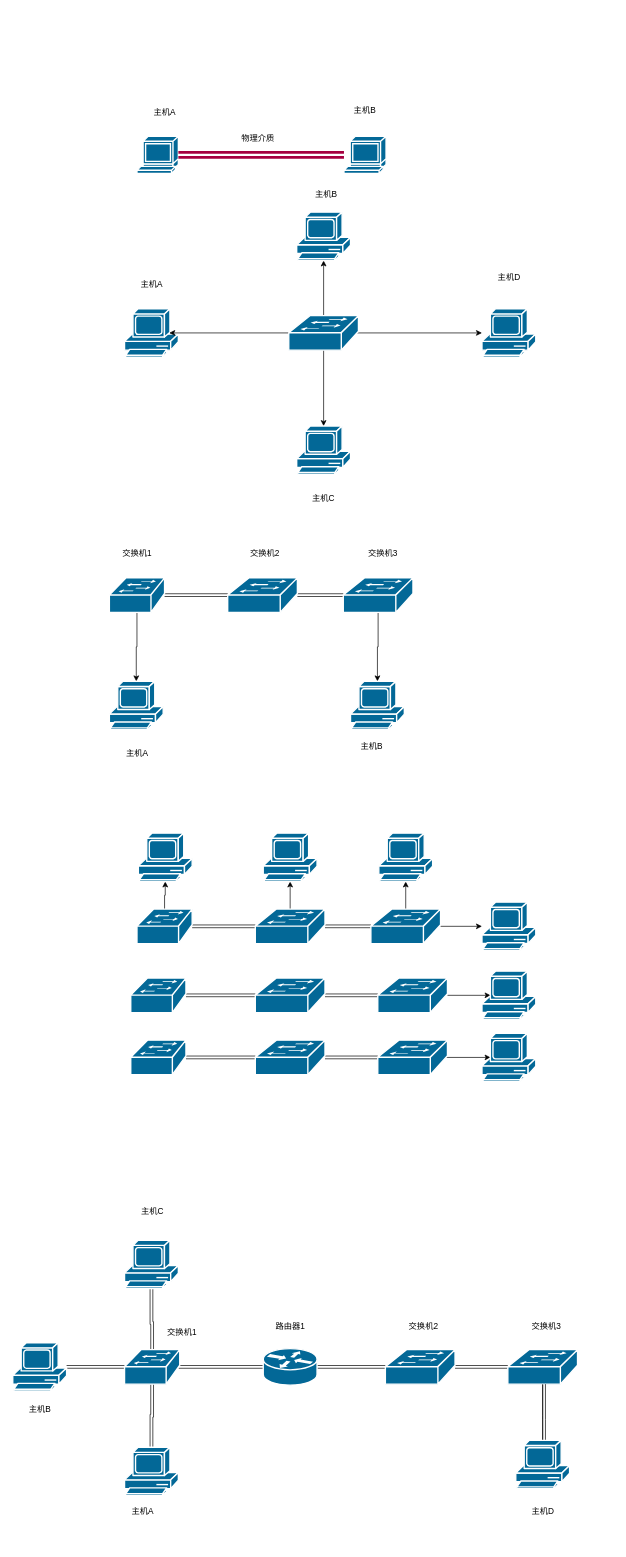
Or-Dai/images keeps this draw.io diagram as 网络基础.drawio. Above is the earlier version. Source tidied: cells renumbered, new cells numbered last; positions are measured from the earlier drawing's top-left corner, leaving out a move shared by most shapes. Both pictures are drawn from the tidied source at 69%, with x=0, y=0 at pixel (12, 100).
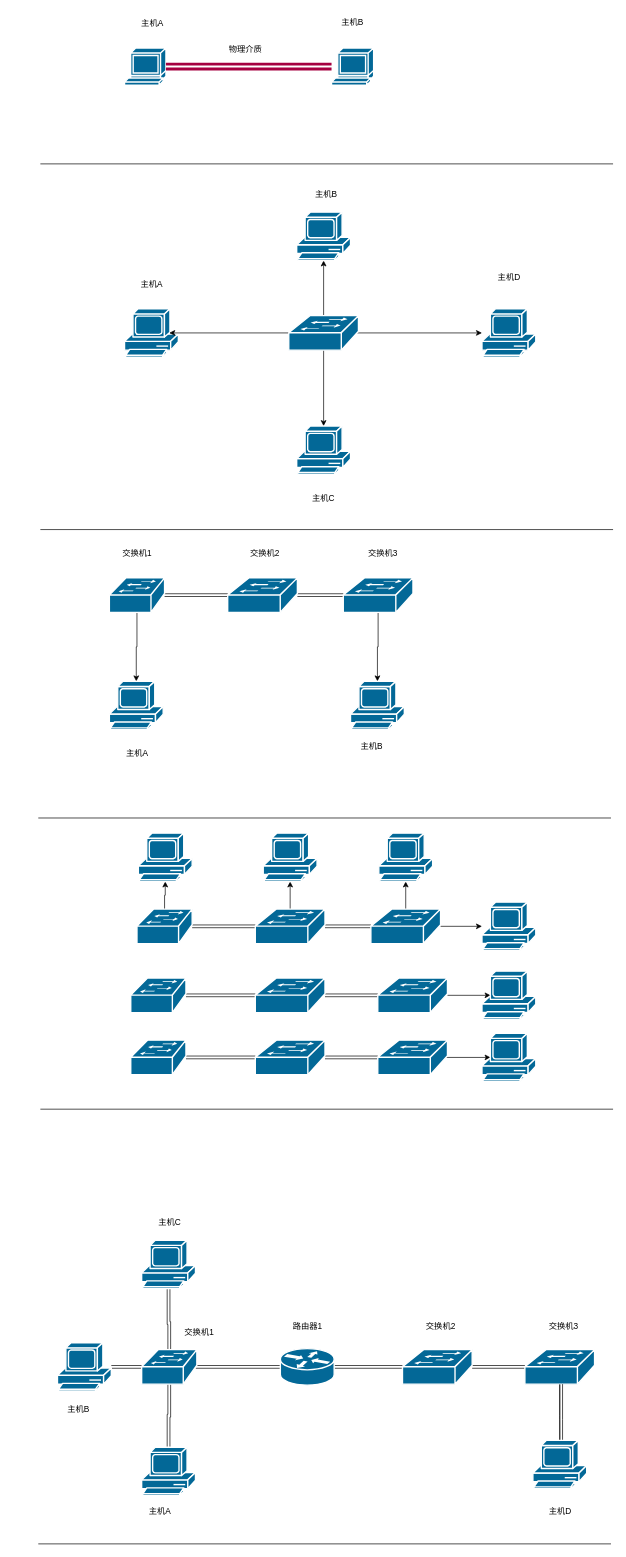
After the change.

Commit message:
更新网络基础.drawio

Diff of the diagram source:
```diff
@@
     <mxCell id="2" style="shape=mxgraph.cisco.computers_and_peripherals.terminal;sketch=0;html=1;dashed=0;fillColor=#036897;strokeColor=#ffffff;strokeWidth=2;verticalLabelPosition=bottom;verticalAlign=top;align=center;outlineConnect=0;" parent="1" vertex="1">
-      <mxGeometry x="180" y="52" width="60" height="54" as="geometry" />
+      <mxGeometry x="162" y="-76" width="60" height="54" as="geometry" />
     </mxCell>
@@
     <mxCell id="4" style="shape=mxgraph.cisco.computers_and_peripherals.terminal;sketch=0;html=1;dashed=0;fillColor=#036897;strokeColor=#ffffff;strokeWidth=2;verticalLabelPosition=bottom;verticalAlign=top;align=center;outlineConnect=0;" parent="1" vertex="1">
-      <mxGeometry x="480" y="52" width="61" height="54" as="geometry" />
+      <mxGeometry x="462" y="-76" width="61" height="54" as="geometry" />
     </mxCell>
     <mxCell id="5" value="主机A" style="text;html=1;align=center;verticalAlign=middle;strokeColor=none;fillColor=none;" parent="1" vertex="1">
-      <mxGeometry x="190" y="2" width="60" height="30" as="geometry" />
+      <mxGeometry x="172" y="-126" width="60" height="30" as="geometry" />
     </mxCell>
     <mxCell id="6" value="主机B" style="text;html=1;align=center;verticalAlign=middle;strokeColor=none;fillColor=none;" parent="1" vertex="1">
-      <mxGeometry x="480" width="60" height="30" as="geometry" />
+      <mxGeometry x="462" y="-128" width="60" height="30" as="geometry" />
     </mxCell>
     <mxCell id="7" value="物理介质" style="text;html=1;align=center;verticalAlign=middle;strokeColor=none;fillColor=none;" parent="1" vertex="1">
-      <mxGeometry x="320" y="40" width="70" height="30" as="geometry" />
+      <mxGeometry x="302" y="-88" width="70" height="30" as="geometry" />
     </mxCell>
@@
     <mxCell id="64" style="shape=mxgraph.cisco.routers.router;sketch=0;html=1;dashed=0;fillColor=#036897;strokeColor=#ffffff;strokeWidth=2;verticalLabelPosition=bottom;verticalAlign=top;align=center;outlineConnect=0;" parent="1" vertex="1">
-      <mxGeometry x="363" y="1809" width="78" height="53" as="geometry" />
+      <mxGeometry x="387.8" y="1809" width="78" height="53" as="geometry" />
     </mxCell>
     <mxCell id="65" style="edgeStyle=orthogonalEdgeStyle;rounded=0;jettySize=auto;html=1;entryX=0.5;entryY=1;entryDx=0;entryDy=0;entryPerimeter=0;shape=link;" parent="1" edge="1" source="68" target="73">
       <mxGeometry relative="1" as="geometry">
         <Array as="points">
-          <mxPoint x="202" y="1772" />
+          <mxPoint x="226.8" y="1772" />
         </Array>
       </mxGeometry>
     </mxCell>
@@
     <mxCell id="68" style="shape=mxgraph.cisco.switches.workgroup_switch;sketch=0;html=1;dashed=0;fillColor=#036897;strokeColor=#ffffff;strokeWidth=2;verticalLabelPosition=bottom;verticalAlign=top;align=center;outlineConnect=0;" parent="1" vertex="1">
-      <mxGeometry x="162" y="1810.5" width="80" height="50" as="geometry" />
+      <mxGeometry x="186.8" y="1810.5" width="80" height="50" as="geometry" />
     </mxCell>
@@
     <mxCell id="70" style="shape=mxgraph.cisco.switches.workgroup_switch;sketch=0;html=1;dashed=0;fillColor=#036897;strokeColor=#ffffff;strokeWidth=2;verticalLabelPosition=bottom;verticalAlign=top;align=center;outlineConnect=0;" parent="1" vertex="1">
-      <mxGeometry x="540" y="1810.5" width="101" height="50" as="geometry" />
+      <mxGeometry x="564.8" y="1810.5" width="101" height="50" as="geometry" />
     </mxCell>
     <mxCell id="71" style="edgeStyle=orthogonalEdgeStyle;rounded=0;jettySize=auto;html=1;" parent="1" edge="1" source="72">
       <mxGeometry relative="1" as="geometry">
-        <mxPoint x="768" y="1952" as="targetPoint" />
+        <mxPoint x="792.8" y="1952" as="targetPoint" />
       </mxGeometry>
     </mxCell>
     <mxCell id="72" style="shape=mxgraph.cisco.switches.workgroup_switch;sketch=0;html=1;dashed=0;fillColor=#036897;strokeColor=#ffffff;strokeWidth=2;verticalLabelPosition=bottom;verticalAlign=top;align=center;outlineConnect=0;" parent="1" vertex="1">
-      <mxGeometry x="717.5" y="1810.5" width="101" height="50" as="geometry" />
+      <mxGeometry x="742.2" y="1810.5" width="101" height="50" as="geometry" />
     </mxCell>
     <mxCell id="73" style="shape=mxgraph.cisco.computers_and_peripherals.pc;sketch=0;html=1;dashed=0;fillColor=#036897;strokeColor=#ffffff;strokeWidth=2;verticalLabelPosition=bottom;verticalAlign=top;align=center;outlineConnect=0;" parent="1" vertex="1">
-      <mxGeometry x="162" y="1652" width="78" height="70" as="geometry" />
+      <mxGeometry x="186.8" y="1652" width="78" height="70" as="geometry" />
     </mxCell>
     <mxCell id="74" style="shape=mxgraph.cisco.computers_and_peripherals.pc;sketch=0;html=1;dashed=0;fillColor=#036897;strokeColor=#ffffff;strokeWidth=2;verticalLabelPosition=bottom;verticalAlign=top;align=center;outlineConnect=0;" parent="1" vertex="1">
-      <mxGeometry x="162" y="1952" width="78" height="70" as="geometry" />
+      <mxGeometry x="186.8" y="1952" width="78" height="70" as="geometry" />
     </mxCell>
     <mxCell id="75" style="shape=mxgraph.cisco.computers_and_peripherals.pc;sketch=0;html=1;dashed=0;fillColor=#036897;strokeColor=#ffffff;strokeWidth=2;verticalLabelPosition=bottom;verticalAlign=top;align=center;outlineConnect=0;" parent="1" vertex="1">
-      <mxGeometry y="1800.5" width="78" height="70" as="geometry" />
+      <mxGeometry x="64.8" y="1800.5" width="78" height="70" as="geometry" />
     </mxCell>
     <mxCell id="76" style="edgeStyle=orthogonalEdgeStyle;rounded=0;jettySize=auto;html=1;shape=link;" parent="1" edge="1" source="77" target="72">
       <mxGeometry relative="1" as="geometry">
         <Array as="points">
-          <mxPoint x="770" y="1912" />
-          <mxPoint x="770" y="1912" />
+          <mxPoint x="794.8" y="1912" />
+          <mxPoint x="794.8" y="1912" />
         </Array>
       </mxGeometry>
     </mxCell>
     <mxCell id="77" style="shape=mxgraph.cisco.computers_and_peripherals.pc;sketch=0;html=1;dashed=0;fillColor=#036897;strokeColor=#ffffff;strokeWidth=2;verticalLabelPosition=bottom;verticalAlign=top;align=center;outlineConnect=0;" parent="1" vertex="1">
-      <mxGeometry x="729" y="1942" width="78" height="70" as="geometry" />
+      <mxGeometry x="753.8" y="1942" width="78" height="70" as="geometry" />
     </mxCell>
     <mxCell id="78" value="主机A" style="text;html=1;align=center;verticalAlign=middle;strokeColor=none;fillColor=none;" parent="1" vertex="1">
-      <mxGeometry x="158" y="2030" width="60" height="30" as="geometry" />
+      <mxGeometry x="182.8" y="2030" width="60" height="30" as="geometry" />
     </mxCell>
     <mxCell id="79" value="主机B" style="text;html=1;align=center;verticalAlign=middle;strokeColor=none;fillColor=none;" parent="1" vertex="1">
-      <mxGeometry x="9" y="1882" width="60" height="30" as="geometry" />
+      <mxGeometry x="64.8" y="1882" width="60" height="30" as="geometry" />
     </mxCell>
     <mxCell id="80" value="主机C" style="text;html=1;align=center;verticalAlign=middle;strokeColor=none;fillColor=none;" parent="1" vertex="1">
-      <mxGeometry x="172" y="1596" width="60" height="30" as="geometry" />
+      <mxGeometry x="196.8" y="1611" width="60" height="30" as="geometry" />
     </mxCell>
     <mxCell id="81" value="主机D" style="text;html=1;align=center;verticalAlign=middle;strokeColor=none;fillColor=none;" parent="1" vertex="1">
-      <mxGeometry x="738" y="2030" width="60" height="30" as="geometry" />
+      <mxGeometry x="762.8" y="2030" width="60" height="30" as="geometry" />
     </mxCell>
     <mxCell id="82" value="路由器1" style="text;html=1;align=center;verticalAlign=middle;strokeColor=none;fillColor=none;" parent="1" vertex="1">
-      <mxGeometry x="367" y="1762" width="70" height="30" as="geometry" />
+      <mxGeometry x="391.8" y="1762" width="70" height="30" as="geometry" />
     </mxCell>
     <mxCell id="83" value="交换机1" style="text;html=1;align=center;verticalAlign=middle;strokeColor=none;fillColor=none;" parent="1" vertex="1">
-      <mxGeometry x="210" y="1770.5" width="70" height="30" as="geometry" />
+      <mxGeometry x="234.8" y="1770.5" width="70" height="30" as="geometry" />
     </mxCell>
     <mxCell id="84" value="交换机2" style="text;html=1;align=center;verticalAlign=middle;strokeColor=none;fillColor=none;" parent="1" vertex="1">
-      <mxGeometry x="560" y="1762" width="70" height="30" as="geometry" />
+      <mxGeometry x="584.8" y="1762" width="70" height="30" as="geometry" />
     </mxCell>
     <mxCell id="85" value="交换机3" style="text;html=1;align=center;verticalAlign=middle;strokeColor=none;fillColor=none;" parent="1" vertex="1">
-      <mxGeometry x="738" y="1762" width="70" height="30" as="geometry" />
+      <mxGeometry x="762.8" y="1762" width="70" height="30" as="geometry" />
     </mxCell>
+    <mxCell id="86" style="endArrow=none;html=1;rounded=0;" parent="1" edge="1">
+      <mxGeometry relative="1" as="geometry">
+        <mxPoint x="40" y="92" as="sourcePoint" />
+        <mxPoint x="870" y="92" as="targetPoint" />
+      </mxGeometry>
+    </mxCell>
+    <mxCell id="87" style="endArrow=none;html=1;rounded=0;" parent="1" edge="1">
+      <mxGeometry relative="1" as="geometry">
+        <mxPoint x="40" y="622" as="sourcePoint" />
+        <mxPoint x="870" y="622" as="targetPoint" />
+      </mxGeometry>
+    </mxCell>
+    <mxCell id="88" style="endArrow=none;html=1;rounded=0;" parent="1" edge="1">
+      <mxGeometry relative="1" as="geometry">
+        <mxPoint x="37" y="1040" as="sourcePoint" />
+        <mxPoint x="867" y="1040" as="targetPoint" />
+      </mxGeometry>
+    </mxCell>
+    <mxCell id="89" style="endArrow=none;html=1;rounded=0;" parent="1" edge="1">
+      <mxGeometry relative="1" as="geometry">
+        <mxPoint x="40" y="1462" as="sourcePoint" />
+        <mxPoint x="870" y="1462" as="targetPoint" />
+      </mxGeometry>
+    </mxCell>
+    <mxCell id="90" style="endArrow=none;html=1;rounded=0;" parent="1" edge="1">
+      <mxGeometry relative="1" as="geometry">
+        <mxPoint x="37" y="2092" as="sourcePoint" />
+        <mxPoint x="867" y="2092" as="targetPoint" />
+      </mxGeometry>
+    </mxCell>
```
